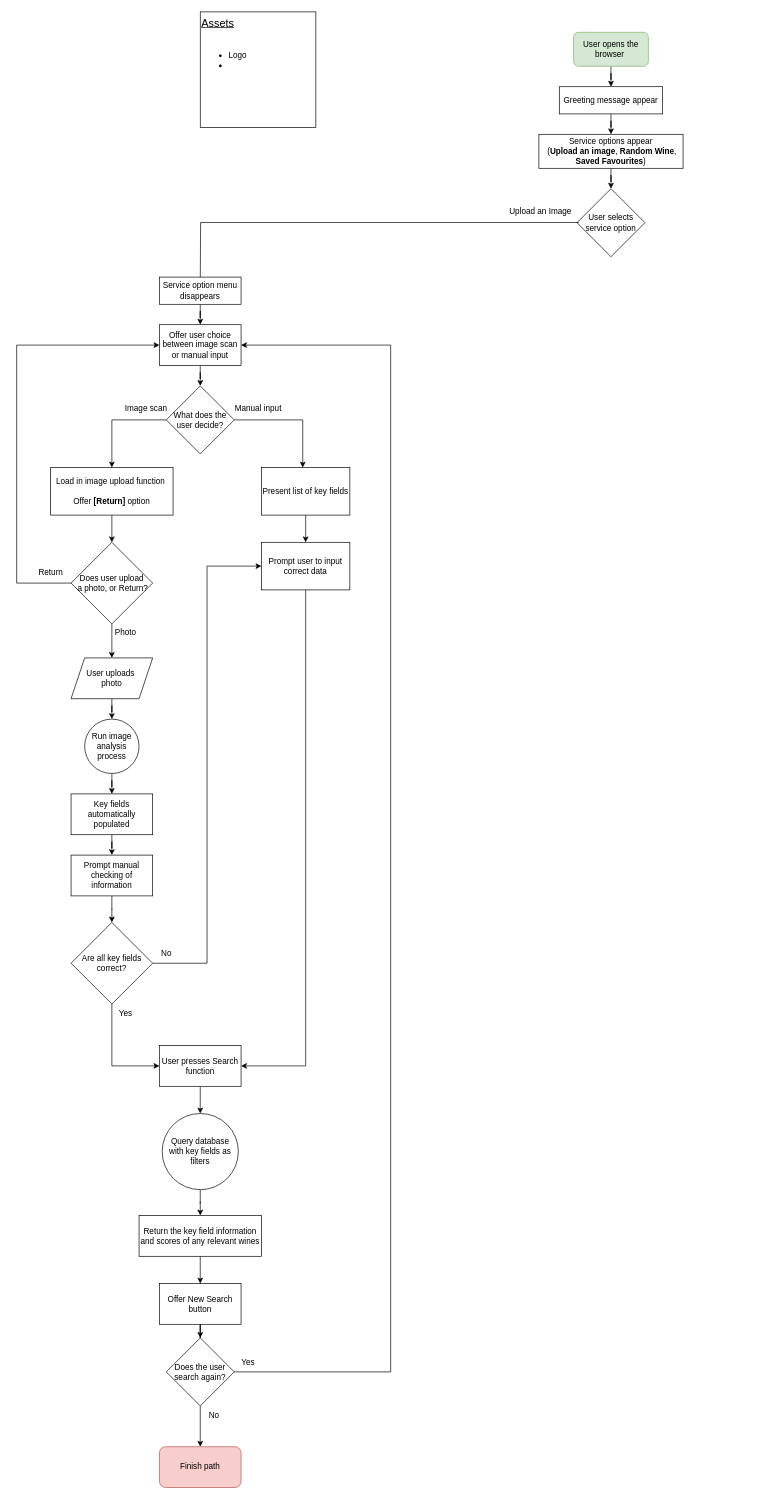
This is page "Full MVP" (1 of 2) of planning_docs/mvp_diagrams.drawio from samannetts8/Pour_Decisions, a draw.io file, before an edit. Source tidied: cells renumbered, new cells numbered last; positions are measured from the earlier drawing's top-left corner, leaving out a move shared by most shapes. Both pictures are drawn from the tidied source at 68%, with x=0, y=0 at pixel (16, 12).
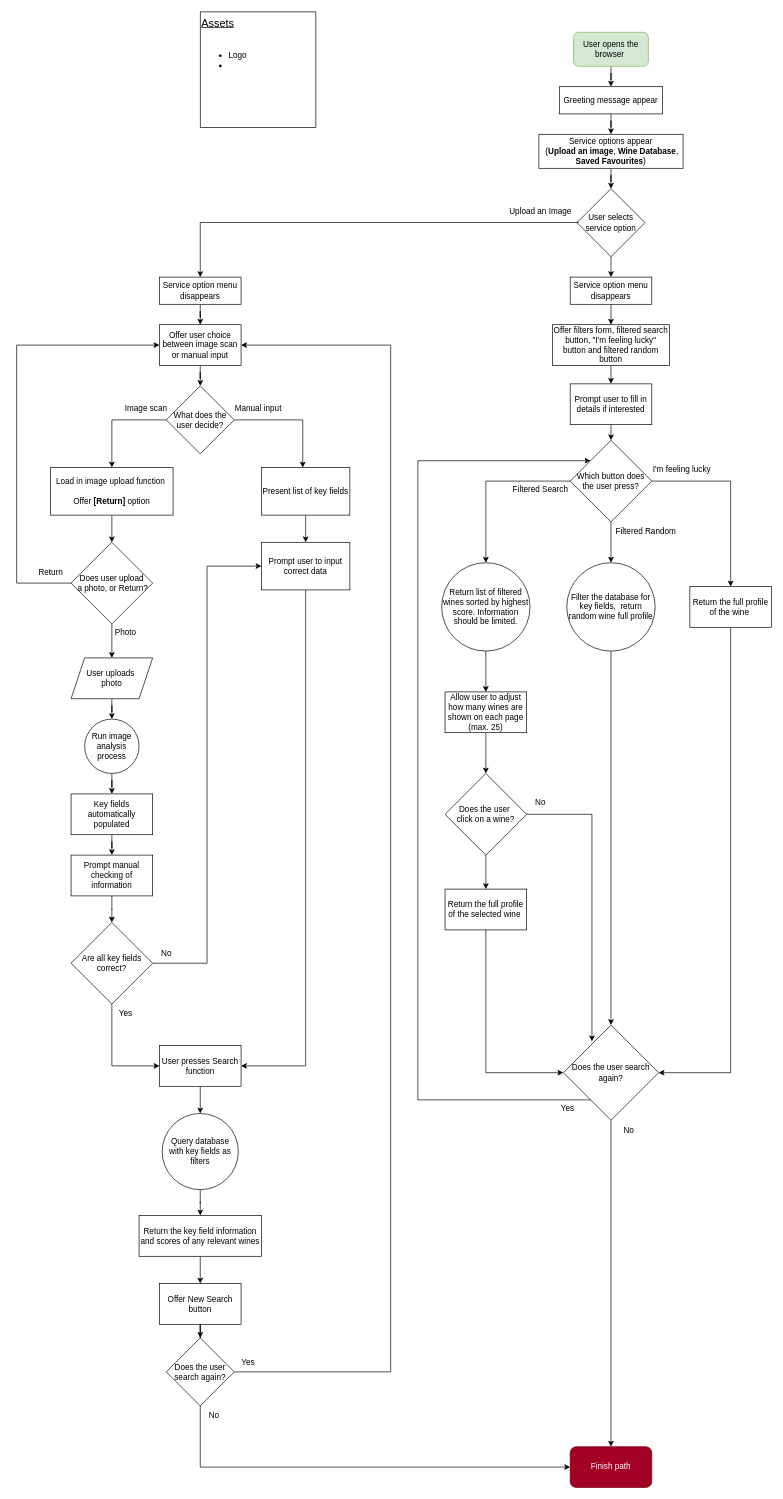
The same page after the edit.

Commit message (it also covers changes not shown here):
Added Wine Database MVP Stream

The change refers to these unchanged cells:
```xml
<mxCell id="4" value="User selects service option" style="rhombus;whiteSpace=wrap;html=1;" parent="1" vertex="1">
  <mxGeometry x="824" y="260" width="100" height="100" as="geometry" />
</mxCell>
<mxCell id="6" value="Upload an Image" style="text;html=1;align=center;verticalAlign=middle;points=[];strokeColor=none;fillColor=none;" parent="1" vertex="1">
  <mxGeometry x="715" y="278" width="110" height="30" as="geometry" />
</mxCell>
<mxCell id="12" value="Service option menu disappears" style="rounded=0;whiteSpace=wrap;html=1;" parent="1" vertex="1">
  <mxGeometry x="210" y="390" width="120" height="40" as="geometry" />
</mxCell>
<mxCell id="55" value="Does the user search again?" style="rhombus;whiteSpace=wrap;html=1;" parent="1" vertex="1">
  <mxGeometry x="220" y="1950" width="100" height="100" as="geometry" />
</mxCell>
```

Diff of the diagram source:
```diff
@@
+    <mxCell id="59" style="edgeStyle=none;html=1;" parent="1" edge="1" source="4" target="61">
+      <mxGeometry relative="1" as="geometry" />
+    </mxCell>
@@
-    <mxCell id="5" style="edgeStyle=orthogonalEdgeStyle;rounded=0;jettySize=auto;html=1;entryX=0.5;entryY=0;entryDx=0;entryDy=0;exitX=1.015;exitY=1.056;exitDx=0;exitDy=0;exitPerimeter=0;" parent="1" edge="1" source="6">
-      <mxGeometry relative="1" as="geometry">
-        <mxPoint x="270" y="405" as="targetPoint" />
-      </mxGeometry>
+    <mxCell id="5" style="edgeStyle=orthogonalEdgeStyle;rounded=0;jettySize=auto;html=1;entryX=0.5;entryY=0;entryDx=0;entryDy=0;exitX=1.015;exitY=1.056;exitDx=0;exitDy=0;exitPerimeter=0;" parent="1" edge="1" source="6" target="12">
+      <mxGeometry relative="1" as="geometry" />
     </mxCell>
@@
-    <mxCell id="10" value="Service options appear&lt;div&gt;&amp;nbsp;(&lt;b&gt;Upload an image&lt;/b&gt;, &lt;b&gt;Random Wine&lt;/b&gt;, &lt;b&gt;Saved Favourites&lt;/b&gt;)&lt;/div&gt;" style="rounded=0;whiteSpace=wrap;html=1;" parent="1" vertex="1">
+    <mxCell id="10" value="Service options appear&lt;div&gt;&amp;nbsp;(&lt;b&gt;Upload an image&lt;/b&gt;, &lt;b&gt;Wine Database&lt;/b&gt;, &lt;b&gt;Saved Favourites&lt;/b&gt;)&lt;/div&gt;" style="rounded=0;whiteSpace=wrap;html=1;" parent="1" vertex="1">
       <mxGeometry x="768" y="180" width="212" height="50" as="geometry" />
     </mxCell>
@@
     <mxCell id="54" style="edgeStyle=orthogonalEdgeStyle;rounded=0;jettySize=auto;html=1;" parent="1" edge="1" source="55" target="56">
-      <mxGeometry relative="1" as="geometry" />
+      <mxGeometry relative="1" as="geometry">
+        <Array as="points">
+          <mxPoint x="270" y="2140" />
+        </Array>
+      </mxGeometry>
     </mxCell>
@@
-    <mxCell id="56" value="Finish path" style="rounded=1;whiteSpace=wrap;html=1;fillColor=#f8cecc;strokeColor=#b85450;" parent="1" vertex="1">
-      <mxGeometry x="210" y="2110" width="120" height="60" as="geometry" />
+    <mxCell id="56" value="Finish path" style="rounded=1;whiteSpace=wrap;html=1;fillColor=#a20025;strokeColor=#6F0000;fontColor=#ffffff;" parent="1" vertex="1">
+      <mxGeometry x="814" y="2110" width="120" height="60" as="geometry" />
     </mxCell>
@@
+    <mxCell id="60" style="edgeStyle=none;html=1;entryX=0.5;entryY=0;entryDx=0;entryDy=0;" parent="1" edge="1" source="61" target="63">
+      <mxGeometry relative="1" as="geometry" />
+    </mxCell>
+    <mxCell id="61" value="Service option menu disappears" style="rounded=0;whiteSpace=wrap;html=1;" parent="1" vertex="1">
+      <mxGeometry x="814" y="390" width="120" height="40" as="geometry" />
+    </mxCell>
+    <mxCell id="62" style="edgeStyle=none;html=1;entryX=0.5;entryY=0;entryDx=0;entryDy=0;" parent="1" edge="1" source="63" target="65">
+      <mxGeometry relative="1" as="geometry" />
+    </mxCell>
+    <mxCell id="63" value="Offer filters form, filtered search button, &quot;I'm feeling lucky&quot; button and filtered random button" style="rounded=0;whiteSpace=wrap;html=1;" parent="1" vertex="1">
+      <mxGeometry x="788" y="460" width="172" height="60" as="geometry" />
+    </mxCell>
+    <mxCell id="64" style="edgeStyle=none;html=1;" parent="1" edge="1" source="65" target="69">
+      <mxGeometry relative="1" as="geometry" />
+    </mxCell>
+    <mxCell id="65" value="Prompt user to fill in details if interested" style="rounded=0;whiteSpace=wrap;html=1;" parent="1" vertex="1">
+      <mxGeometry x="814" y="547" width="120" height="60" as="geometry" />
+    </mxCell>
+    <mxCell id="66" style="edgeStyle=orthogonalEdgeStyle;rounded=0;jettySize=auto;html=1;" parent="1" edge="1" source="69" target="73">
+      <mxGeometry relative="1" as="geometry" />
+    </mxCell>
+    <mxCell id="67" style="edgeStyle=orthogonalEdgeStyle;rounded=0;jettySize=auto;html=1;entryX=0.5;entryY=0;entryDx=0;entryDy=0;" parent="1" edge="1" source="69" target="75">
+      <mxGeometry relative="1" as="geometry" />
+    </mxCell>
+    <mxCell id="68" style="edgeStyle=orthogonalEdgeStyle;rounded=0;jettySize=auto;html=1;" parent="1" edge="1" source="69" target="71">
+      <mxGeometry relative="1" as="geometry" />
+    </mxCell>
+    <mxCell id="69" value="Which button does the user press?" style="rhombus;whiteSpace=wrap;html=1;" parent="1" vertex="1">
+      <mxGeometry x="814" y="630" width="120" height="120" as="geometry" />
+    </mxCell>
+    <mxCell id="70" style="edgeStyle=orthogonalEdgeStyle;rounded=0;jettySize=auto;html=1;entryX=1;entryY=0.5;entryDx=0;entryDy=0;" parent="1" edge="1" source="71" target="84">
+      <mxGeometry relative="1" as="geometry">
+        <Array as="points">
+          <mxPoint x="1050" y="1560" />
+        </Array>
+      </mxGeometry>
+    </mxCell>
+    <mxCell id="71" value="Return the full profile of the wine&amp;nbsp;" style="rounded=0;whiteSpace=wrap;html=1;" parent="1" vertex="1">
+      <mxGeometry x="990" y="845" width="120" height="60" as="geometry" />
+    </mxCell>
+    <mxCell id="72" style="edgeStyle=orthogonalEdgeStyle;rounded=0;jettySize=auto;html=1;entryX=0.5;entryY=0;entryDx=0;entryDy=0;" parent="1" edge="1" source="73" target="84">
+      <mxGeometry relative="1" as="geometry" />
+    </mxCell>
+    <mxCell id="73" value="Filter the database for key fields,&amp;nbsp; return random wine full profile" style="ellipse;whiteSpace=wrap;html=1;" parent="1" vertex="1">
+      <mxGeometry x="809" y="810" width="130" height="130" as="geometry" />
+    </mxCell>
+    <mxCell id="74" style="edgeStyle=orthogonalEdgeStyle;rounded=0;jettySize=auto;html=1;" parent="1" edge="1" source="75" target="77">
+      <mxGeometry relative="1" as="geometry" />
+    </mxCell>
+    <mxCell id="75" value="Return list of filtered wines sorted by highest score. Information should be limited." style="ellipse;whiteSpace=wrap;html=1;" parent="1" vertex="1">
+      <mxGeometry x="625" y="810" width="130" height="130" as="geometry" />
+    </mxCell>
+    <mxCell id="76" style="edgeStyle=orthogonalEdgeStyle;rounded=0;jettySize=auto;html=1;" parent="1" edge="1" source="77" target="79">
+      <mxGeometry relative="1" as="geometry" />
+    </mxCell>
+    <mxCell id="77" value="Allow user to adjust how many wines are shown on each page (max. 25)" style="rounded=0;whiteSpace=wrap;html=1;" parent="1" vertex="1">
+      <mxGeometry x="630" y="1000" width="120" height="60" as="geometry" />
+    </mxCell>
+    <mxCell id="78" style="edgeStyle=orthogonalEdgeStyle;rounded=0;jettySize=auto;html=1;" parent="1" edge="1" source="79" target="81">
+      <mxGeometry relative="1" as="geometry" />
+    </mxCell>
+    <mxCell id="79" value="Does the user&amp;nbsp;&lt;div&gt;click on a wine?&lt;/div&gt;" style="rhombus;whiteSpace=wrap;html=1;" parent="1" vertex="1">
+      <mxGeometry x="630" y="1120" width="120" height="120" as="geometry" />
+    </mxCell>
+    <mxCell id="80" style="edgeStyle=orthogonalEdgeStyle;rounded=0;jettySize=auto;html=1;entryX=0;entryY=0.5;entryDx=0;entryDy=0;" parent="1" edge="1" source="81" target="84">
+      <mxGeometry relative="1" as="geometry">
+        <Array as="points">
+          <mxPoint x="690" y="1560" />
+        </Array>
+      </mxGeometry>
+    </mxCell>
+    <mxCell id="81" value="Return the full profile of the selected wine&amp;nbsp;" style="rounded=0;whiteSpace=wrap;html=1;" parent="1" vertex="1">
+      <mxGeometry x="630" y="1290" width="120" height="60" as="geometry" />
+    </mxCell>
+    <mxCell id="82" style="edgeStyle=orthogonalEdgeStyle;rounded=0;jettySize=auto;html=1;entryX=0;entryY=0;entryDx=0;entryDy=0;" parent="1" edge="1" source="84" target="69">
+      <mxGeometry relative="1" as="geometry">
+        <Array as="points">
+          <mxPoint x="590" y="1600" />
+          <mxPoint x="590" y="660" />
+        </Array>
+      </mxGeometry>
+    </mxCell>
+    <mxCell id="83" style="edgeStyle=orthogonalEdgeStyle;rounded=0;jettySize=auto;html=1;entryX=0.5;entryY=0;entryDx=0;entryDy=0;" parent="1" edge="1" source="84" target="56">
+      <mxGeometry relative="1" as="geometry" />
+    </mxCell>
+    <mxCell id="84" value="Does the user search again?" style="rhombus;whiteSpace=wrap;html=1;" parent="1" vertex="1">
+      <mxGeometry x="804" y="1490" width="140" height="140" as="geometry" />
+    </mxCell>
+    <mxCell id="85" style="edgeStyle=orthogonalEdgeStyle;rounded=0;jettySize=auto;html=1;entryX=0.3;entryY=0.171;entryDx=0;entryDy=0;entryPerimeter=0;" parent="1" edge="1" source="79" target="84">
+      <mxGeometry relative="1" as="geometry" />
+    </mxCell>
+    <mxCell id="86" value="No" style="text;html=1;align=center;verticalAlign=middle;strokeColor=none;fillColor=none;" parent="1" vertex="1">
+      <mxGeometry x="750" y="1148" width="40" height="30" as="geometry" />
+    </mxCell>
+    <mxCell id="87" value="I'm feeling lucky" style="text;html=1;align=center;verticalAlign=middle;strokeColor=none;fillColor=none;" parent="1" vertex="1">
+      <mxGeometry x="923" y="658" width="110" height="30" as="geometry" />
+    </mxCell>
+    <mxCell id="88" value="Filtered Random" style="text;html=1;align=center;verticalAlign=middle;strokeColor=none;fillColor=none;" parent="1" vertex="1">
+      <mxGeometry x="870" y="750" width="110" height="30" as="geometry" />
+    </mxCell>
+    <mxCell id="89" value="Filtered Search" style="text;html=1;align=center;verticalAlign=middle;strokeColor=none;fillColor=none;" parent="1" vertex="1">
+      <mxGeometry x="720" y="688" width="100" height="30" as="geometry" />
+    </mxCell>
+    <mxCell id="90" value="No" style="text;html=1;align=center;verticalAlign=middle;strokeColor=none;fillColor=none;" parent="1" vertex="1">
+      <mxGeometry x="880" y="1630" width="40" height="30" as="geometry" />
+    </mxCell>
+    <mxCell id="91" value="Yes" style="text;html=1;align=center;verticalAlign=middle;strokeColor=none;fillColor=none;" parent="1" vertex="1">
+      <mxGeometry x="790" y="1598" width="40" height="30" as="geometry" />
+    </mxCell>
```
